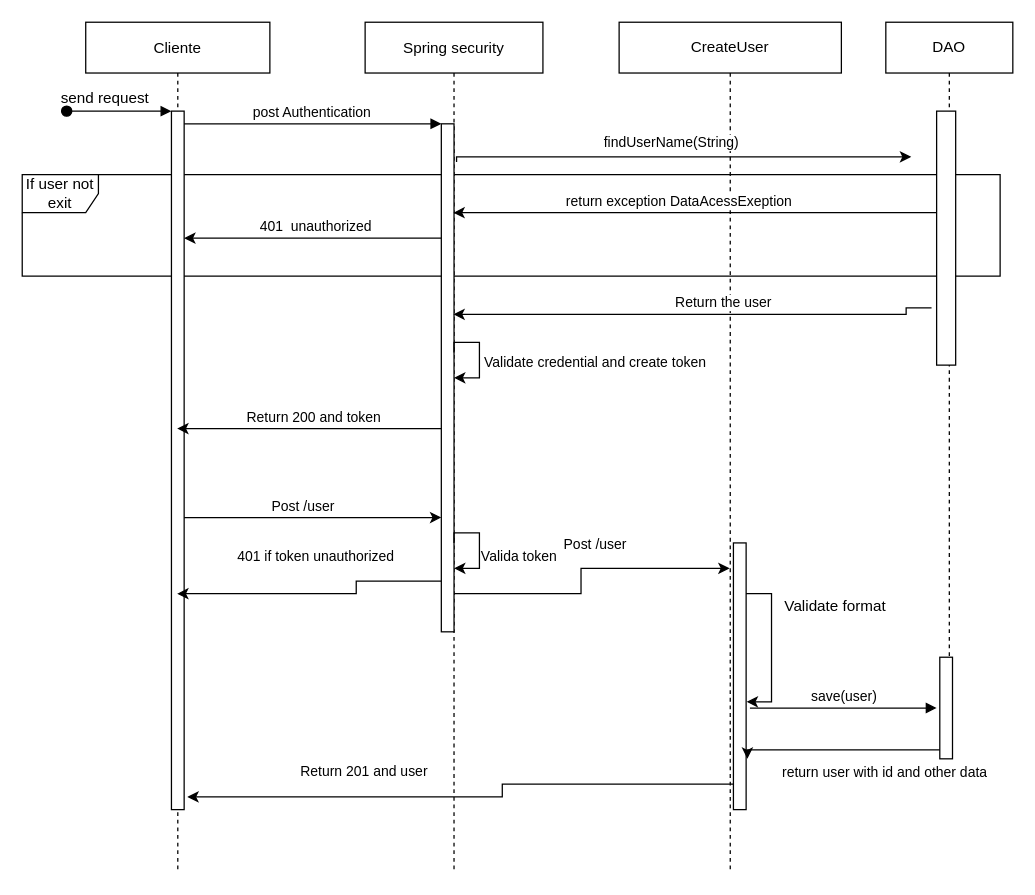
Above: page "FlowCreationUser" (1 of 2) of Untitled Diagram.drawio in luisdenis/globalLogic (draw.io), before the change. Source tidied: cells renumbered, new cells numbered last; positions are measured from the earlier drawing's top-left corner, leaving out a move shared by most shapes. Both pictures are drawn from the tidied source at 127%, with x=0, y=0 at pixel (22, 22).
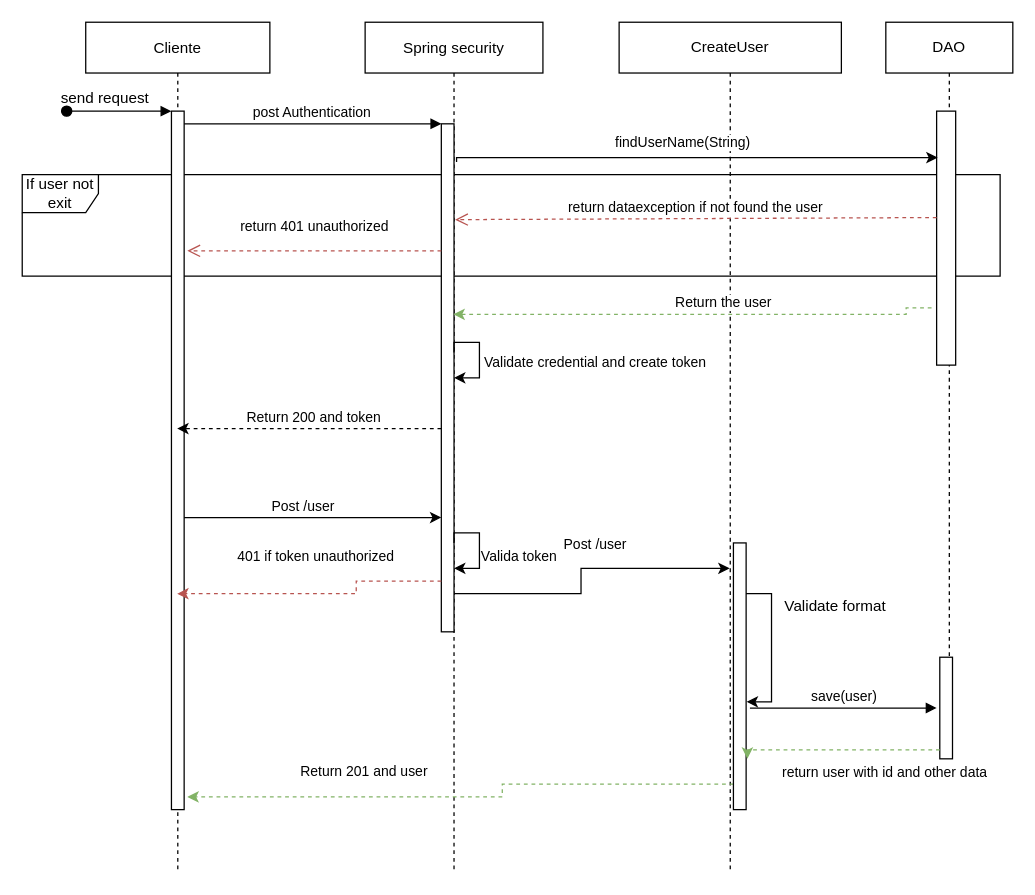
The same page after the edit.

The change refers to these unchanged cells:
```xml
<mxCell id="3" value="Cliente" style="shape=umlLifeline;perimeter=lifelinePerimeter;rounded=0;shadow=0;strokeWidth=1;" parent="1" vertex="1">
  <mxGeometry x="50" width="145" height="670" as="geometry" />
</mxCell>
<mxCell id="4" style="points=[];perimeter=orthogonalPerimeter;rounded=0;shadow=0;strokeWidth=1;" parent="3" vertex="1">
  <mxGeometry x="67.5" y="70" width="10" height="550" as="geometry" />
</mxCell>
<mxCell id="7" value="Spring security" style="shape=umlLifeline;perimeter=lifelinePerimeter;rounded=0;shadow=0;strokeWidth=1;" parent="1" vertex="1">
  <mxGeometry x="270" width="140" height="670" as="geometry" />
</mxCell>
<mxCell id="8" style="points=[];perimeter=orthogonalPerimeter;rounded=0;shadow=0;strokeWidth=1;" parent="7" vertex="1">
  <mxGeometry x="60" y="80" width="10" height="400" as="geometry" />
</mxCell>
<mxCell id="15" style="html=1;points=[];perimeter=orthogonalPerimeter;" parent="14" vertex="1">
  <mxGeometry x="40" y="70" width="15" height="200" as="geometry" />
</mxCell>
<mxCell id="16" style="html=1;points=[];perimeter=orthogonalPerimeter;" parent="14" vertex="1">
  <mxGeometry x="42.5" y="500" width="10" height="80" as="geometry" />
</mxCell>
<mxCell id="31" style="html=1;points=[];perimeter=orthogonalPerimeter;" parent="1" vertex="1">
  <mxGeometry x="560" y="410" width="10" height="210" as="geometry" />
</mxCell>
```

Change to the diagram source:
```diff
@@
-    <mxCell id="17" style="edgeStyle=orthogonalEdgeStyle;rounded=0;orthogonalLoop=1;jettySize=auto;html=1;" parent="1" edge="1">
+    <mxCell id="17" style="edgeStyle=orthogonalEdgeStyle;rounded=0;jettySize=auto;html=1;entryX=0.053;entryY=0.183;entryDx=0;entryDy=0;entryPerimeter=0;" parent="1" edge="1" target="15">
       <mxGeometry relative="1" as="geometry">
         <mxPoint x="342" y="110" as="sourcePoint" />
-        <mxPoint x="700" y="106" as="targetPoint" />
         <Array as="points">
-          <mxPoint x="342" y="106" />
+          <mxPoint x="342" y="107" />
         </Array>
       </mxGeometry>
     </mxCell>
@@
-    <mxCell id="20" style="edgeStyle=orthogonalEdgeStyle;rounded=0;jettySize=auto;html=1;" parent="1" edge="1" source="15" target="7">
-      <mxGeometry relative="1" as="geometry">
-        <Array as="points">
-          <mxPoint x="630" y="150" />
-          <mxPoint x="630" y="150" />
-        </Array>
-      </mxGeometry>
-    </mxCell>
-    <mxCell id="21" value="return exception DataAcessExeption" style="edgeLabel;html=1;align=center;verticalAlign=middle;" parent="20" vertex="1">
-      <mxGeometry x="0.07" y="1" relative="1" as="geometry">
-        <mxPoint y="-11" as="offset" />
-      </mxGeometry>
-    </mxCell>
-    <mxCell id="22" style="edgeStyle=orthogonalEdgeStyle;rounded=0;jettySize=auto;html=1;" parent="1" edge="1" source="8" target="4">
-      <mxGeometry relative="1" as="geometry">
-        <Array as="points">
-          <mxPoint x="180" y="170" />
-          <mxPoint x="180" y="170" />
-        </Array>
-      </mxGeometry>
-    </mxCell>
-    <mxCell id="23" value="401&amp;nbsp; unauthorized" style="edgeLabel;html=1;align=center;verticalAlign=middle;" parent="22" vertex="1">
-      <mxGeometry x="-0.28" y="-2" relative="1" as="geometry">
-        <mxPoint x="-27" y="-8" as="offset" />
-      </mxGeometry>
-    </mxCell>
-    <mxCell id="24" style="edgeStyle=orthogonalEdgeStyle;rounded=0;jettySize=auto;html=1;exitX=-0.267;exitY=0.775;exitDx=0;exitDy=0;exitPerimeter=0;" parent="1" edge="1" source="15" target="7">
+    <mxCell id="24" style="edgeStyle=orthogonalEdgeStyle;rounded=0;jettySize=auto;html=1;exitX=-0.267;exitY=0.775;exitDx=0;exitDy=0;exitPerimeter=0;dashed=1;fillColor=#d5e8d4;strokeColor=#82b366;" parent="1" edge="1" source="15" target="7">
       <mxGeometry relative="1" as="geometry">
         <Array as="points">
           <mxPoint x="696" y="230" />
         </Array>
       </mxGeometry>
     </mxCell>
@@
-    <mxCell id="26" style="edgeStyle=orthogonalEdgeStyle;rounded=0;jettySize=auto;html=1;" parent="1" edge="1" source="8" target="3">
+    <mxCell id="26" style="edgeStyle=orthogonalEdgeStyle;rounded=0;jettySize=auto;html=1;dashed=1;" parent="1" edge="1" source="8" target="3">
       <mxGeometry relative="1" as="geometry">
         <Array as="points">
           <mxPoint x="250" y="320" />
           <mxPoint x="250" y="320" />
         </Array>
       </mxGeometry>
     </mxCell>
@@
-    <mxCell id="30" style="edgeStyle=orthogonalEdgeStyle;rounded=0;jettySize=auto;html=1;" parent="1" edge="1" source="31">
+    <mxCell id="30" style="edgeStyle=orthogonalEdgeStyle;rounded=0;jettySize=auto;html=1;dashed=1;fillColor=#d5e8d4;strokeColor=#82b366;" parent="1" edge="1" source="31">
       <mxGeometry relative="1" as="geometry">
         <mxPoint x="130" y="610" as="targetPoint" />
         <Array as="points">
           <mxPoint x="378" y="600" />
           <mxPoint x="378" y="610" />
         </Array>
       </mxGeometry>
     </mxCell>
@@
-    <mxCell id="35" style="edgeStyle=orthogonalEdgeStyle;rounded=0;jettySize=auto;html=1;" parent="1" edge="1" source="8" target="3">
+    <mxCell id="35" style="edgeStyle=orthogonalEdgeStyle;rounded=0;jettySize=auto;html=1;dashed=1;fillColor=#f8cecc;strokeColor=#b85450;" parent="1" edge="1" source="8" target="3">
       <mxGeometry relative="1" as="geometry">
         <Array as="points">
           <mxPoint x="263" y="440" />
           <mxPoint x="263" y="450" />
         </Array>
       </mxGeometry>
     </mxCell>
@@
-    <mxCell id="39" style="edgeStyle=orthogonalEdgeStyle;rounded=0;jettySize=auto;html=1;" parent="1" edge="1" source="16">
+    <mxCell id="39" style="edgeStyle=orthogonalEdgeStyle;rounded=0;jettySize=auto;html=1;dashed=1;fillColor=#d5e8d4;strokeColor=#82b366;" parent="1" edge="1" source="16">
       <mxGeometry relative="1" as="geometry">
         <mxPoint x="571" y="580" as="targetPoint" />
         <Array as="points">
           <mxPoint x="690" y="573" />
           <mxPoint x="690" y="573" />
         </Array>
       </mxGeometry>
     </mxCell>
@@
+    <mxCell id="20" value="return dataexception if not found the user" style="html=1;verticalAlign=bottom;endArrow=open;dashed=1;endSize=8;entryX=0.506;entryY=0.232;entryDx=0;entryDy=0;entryPerimeter=0;exitX=0;exitY=0.419;exitDx=0;exitDy=0;exitPerimeter=0;fillColor=#f8cecc;strokeColor=#b85450;" parent="1" edge="1" source="15" target="7">
+      <mxGeometry relative="1" as="geometry" />
+    </mxCell>
+    <mxCell id="42" value="return 401 unauthorized" style="html=1;verticalAlign=bottom;endArrow=open;dashed=1;endSize=8;fillColor=#f8cecc;strokeColor=#b85450;" parent="1" edge="1">
+      <mxGeometry y="-10" relative="1" as="geometry">
+        <mxPoint x="330" y="180" as="sourcePoint" />
+        <mxPoint x="130" y="180" as="targetPoint" />
+      </mxGeometry>
+    </mxCell>
```
